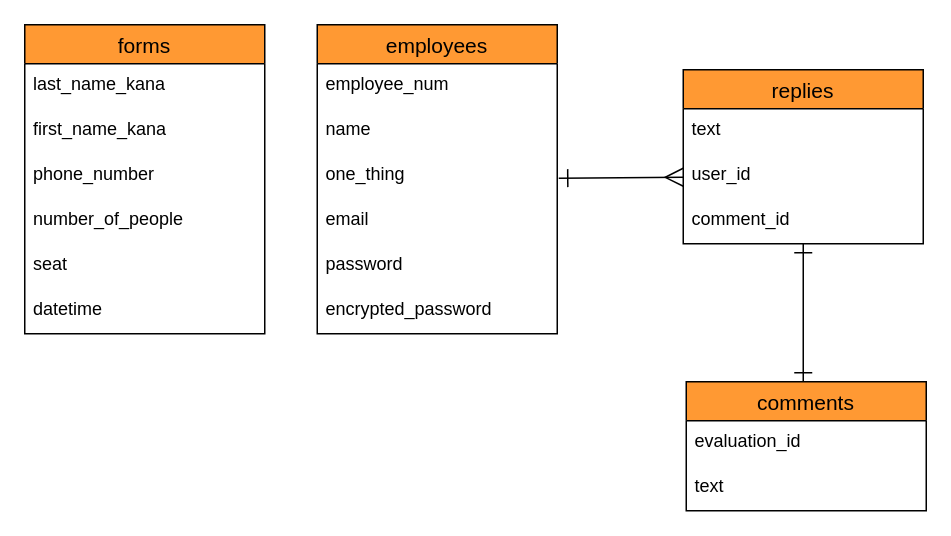
Before: test.dio in hirona96/izakaya-kakusuke, a draw.io diagram. Source tidied: cells renumbered, new cells numbered last; positions are measured from the earlier drawing's top-left corner, leaving out a move shared by most shapes. Both pictures are drawn from the tidied source at 150%, with x=0, y=0 at pixel (24, 24).
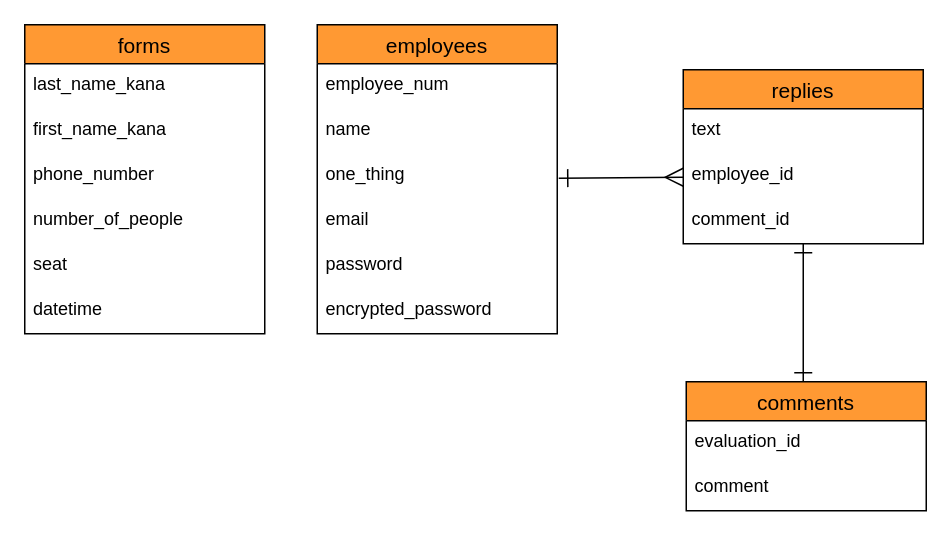
The same page after the edit.

Commit message (it also covers changes not shown here):
db設計、ER図の編集

The change refers to these unchanged cells:
```xml
<mxCell id="4" value="replies" style="swimlane;fontStyle=0;horizontal=1;startSize=26;align=center;fontSize=14;swimlaneFillColor=#FFFFFF;rounded=0;fillColor=#FF9933;labelBackgroundColor=none;fontColor=#000000;strokeWidth=1;strokeColor=#000000;" parent="1" vertex="1">
  <mxGeometry x="439" y="30" width="160" height="116" as="geometry" />
</mxCell>
<mxCell id="8" value="comments" style="swimlane;fontStyle=0;horizontal=1;startSize=26;align=center;fontSize=14;swimlaneFillColor=#FFFFFF;rounded=0;fillColor=#FF9933;labelBackgroundColor=none;fontColor=#000000;strokeWidth=1;strokeColor=#000000;" parent="1" vertex="1">
  <mxGeometry x="441" y="238" width="160" height="86" as="geometry" />
</mxCell>
```

Change to the diagram source:
```diff
@@
-    <mxCell id="6" value="user_id" style="text;strokeColor=none;fillColor=none;spacingLeft=4;spacingRight=4;overflow=hidden;points=[[0,0.5],[1,0.5]];portConstraint=eastwest;fontSize=12;rounded=0;labelBackgroundColor=none;fontColor=#000000;" parent="4" vertex="1">
+    <mxCell id="6" value="employee_id" style="text;strokeColor=none;fillColor=none;spacingLeft=4;spacingRight=4;overflow=hidden;points=[[0,0.5],[1,0.5]];portConstraint=eastwest;fontSize=12;rounded=0;labelBackgroundColor=none;fontColor=#000000;" parent="4" vertex="1">
       <mxGeometry y="56" width="160" height="30" as="geometry" />
     </mxCell>
@@
-    <mxCell id="10" value="text" style="text;strokeColor=none;fillColor=none;spacingLeft=4;spacingRight=4;overflow=hidden;fontSize=12;rounded=0;fontColor=#000000;" parent="8" vertex="1">
+    <mxCell id="10" value="comment" style="text;strokeColor=none;fillColor=none;spacingLeft=4;spacingRight=4;overflow=hidden;fontSize=12;rounded=0;fontColor=#000000;" parent="8" vertex="1">
       <mxGeometry y="56" width="160" height="30" as="geometry" />
     </mxCell>
```
